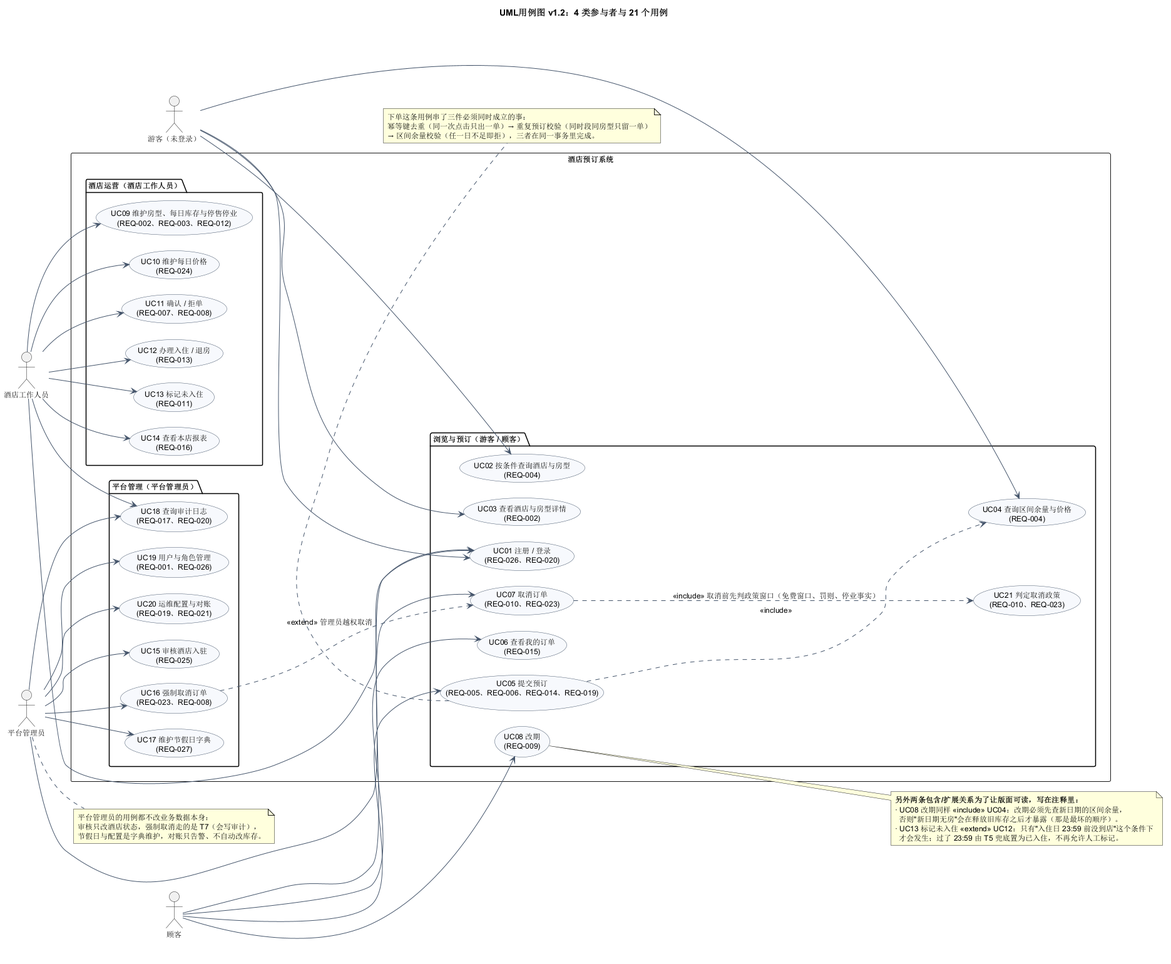
Above: exp2/UML/UML用例图.png in ChenYiFanAccount/softeng-lab1-requirements (PlantUML), before the change.
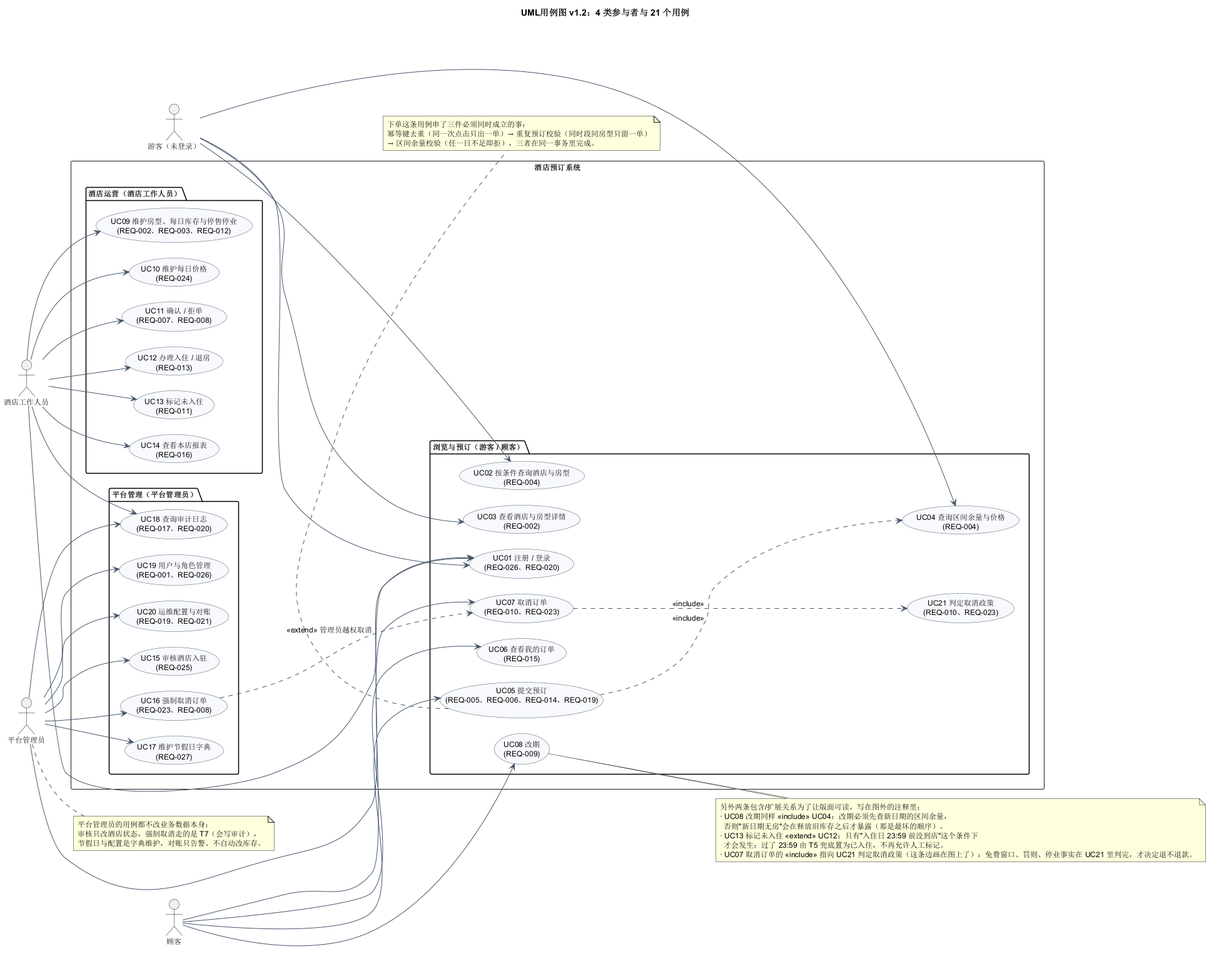
After the commit.

What changed in the source:
```diff
@@ -78,7 +78,7 @@
 Admin --> UC20
 
 UC05 ..> UC04 : <<include>>
-UC07 ..> UC21 : <<include>> 取消前先判政策窗口（免费窗口、罚则、停业事实）
+UC07 ..> UC21 : <<include>>
 
 UC16 ..> UC07 : <<extend>> 管理员越权取消
 
@@ -89,11 +89,12 @@
 end note
 
 note right of UC08
-  **另外两条包含/扩展关系为了让版面可读，写在注释里：**
+  另外两条包含/扩展关系为了让版面可读，写在图外的注释里；
   · UC08 改期同样 <<include>> UC04：改期必须先查新日期的区间余量，
     否则"新日期无房"会在释放旧库存之后才暴露（那是最坏的顺序）。
   · UC13 标记未入住 <<extend>> UC12：只有"入住日 23:59 前没到店"这个条件下
     才会发生；过了 23:59 由 T5 兜底置为已入住，不再允许人工标记。
+  · UC07 取消订单的 <<include>> 指向 UC21 判定取消政策（这条边画在图上了）：免费窗口、罚则、停业事实在 UC21 里判完，才决定退不退款。
 end note
 
 note right of Admin
```
